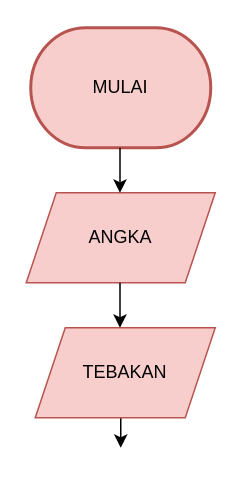
Above: page "Page-1" (1 of 2) of Untitled Diagram.drawio in Zofita07/Algo_C_23241085 (draw.io), before the change. Source tidied: cells renumbered, new cells numbered last; positions are measured from the earlier drawing's top-left corner, leaving out a move shared by most shapes. Both pictures are drawn from the tidied source at 150%, with x=0, y=0 at pixel (26, 27).
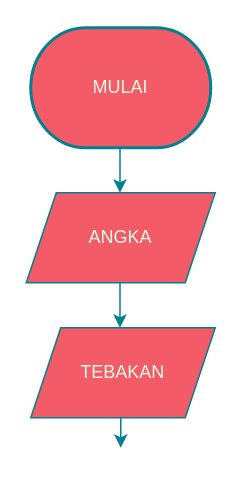
After the change.

What changed in the source:
```diff
@@
 <mxGraphModel>
   <root>
     <mxCell id="0" />
     <mxCell id="1" parent="0" />
-    <mxCell id="2" style="endArrow=classic;html=1;rounded=0;" parent="1" edge="1">
+    <mxCell id="2" style="endArrow=classic;html=1;rounded=0;labelBackgroundColor=none;strokeColor=#028090;fontColor=default;" parent="1" edge="1">
       <mxGeometry relative="1" as="geometry">
         <mxPoint x="63" y="260" as="sourcePoint" />
         <mxPoint x="63" y="280" as="targetPoint" />
       </mxGeometry>
     </mxCell>
-    <mxCell id="3" value="TEBAKAN " style="shape=parallelogram;perimeter=parallelogramPerimeter;whiteSpace=wrap;html=1;fixedSize=1;fillColor=#f8cecc;strokeColor=#b85450;" parent="1" vertex="1">
-      <mxGeometry x="6" y="200" width="120" height="60" as="geometry" />
+    <mxCell id="3" value="TEBAKAN " style="shape=parallelogram;perimeter=parallelogramPerimeter;whiteSpace=wrap;html=1;fixedSize=1;fillColor=#F45B69;strokeColor=#028090;labelBackgroundColor=none;fontColor=#E4FDE1;" parent="1" vertex="1">
+      <mxGeometry x="3" y="200" width="123" height="60" as="geometry" />
     </mxCell>
-    <mxCell id="4" value="ANGKA" style="shape=parallelogram;perimeter=parallelogramPerimeter;whiteSpace=wrap;html=1;fixedSize=1;fillColor=#f8cecc;strokeColor=#b85450;" parent="1" vertex="1">
+    <mxCell id="4" value="ANGKA" style="shape=parallelogram;perimeter=parallelogramPerimeter;whiteSpace=wrap;html=1;fixedSize=1;fillColor=#F45B69;strokeColor=#028090;labelBackgroundColor=none;fontColor=#E4FDE1;" parent="1" vertex="1">
       <mxGeometry y="110" width="126" height="60" as="geometry" />
     </mxCell>
-    <mxCell id="5" value="MULAI" style="strokeWidth=2;html=1;shape=mxgraph.flowchart.terminator;whiteSpace=wrap;fillColor=#f8cecc;strokeColor=#b85450;" parent="1" vertex="1">
+    <mxCell id="5" value="MULAI" style="strokeWidth=2;html=1;shape=mxgraph.flowchart.terminator;whiteSpace=wrap;fillColor=#F45B69;strokeColor=#028090;labelBackgroundColor=none;fontColor=#E4FDE1;" parent="1" vertex="1">
       <mxGeometry x="3" width="120" height="80" as="geometry" />
     </mxCell>
-    <mxCell id="6" style="endArrow=classic;html=1;rounded=0;" parent="1" edge="1">
+    <mxCell id="6" style="endArrow=classic;html=1;rounded=0;labelBackgroundColor=none;strokeColor=#028090;fontColor=default;" parent="1" edge="1">
       <mxGeometry relative="1" as="geometry">
         <mxPoint x="62.5" y="80" as="sourcePoint" />
         <mxPoint x="62.5" y="110" as="targetPoint" />
       </mxGeometry>
     </mxCell>
-    <mxCell id="7" style="endArrow=classic;html=1;rounded=0;" parent="1" edge="1">
+    <mxCell id="7" style="endArrow=classic;html=1;rounded=0;labelBackgroundColor=none;strokeColor=#028090;fontColor=default;" parent="1" edge="1">
       <mxGeometry relative="1" as="geometry">
         <mxPoint x="62.5" y="170" as="sourcePoint" />
         <mxPoint x="62.5" y="200" as="targetPoint" />
       </mxGeometry>
     </mxCell>
   </root>
 </mxGraphModel>
```
